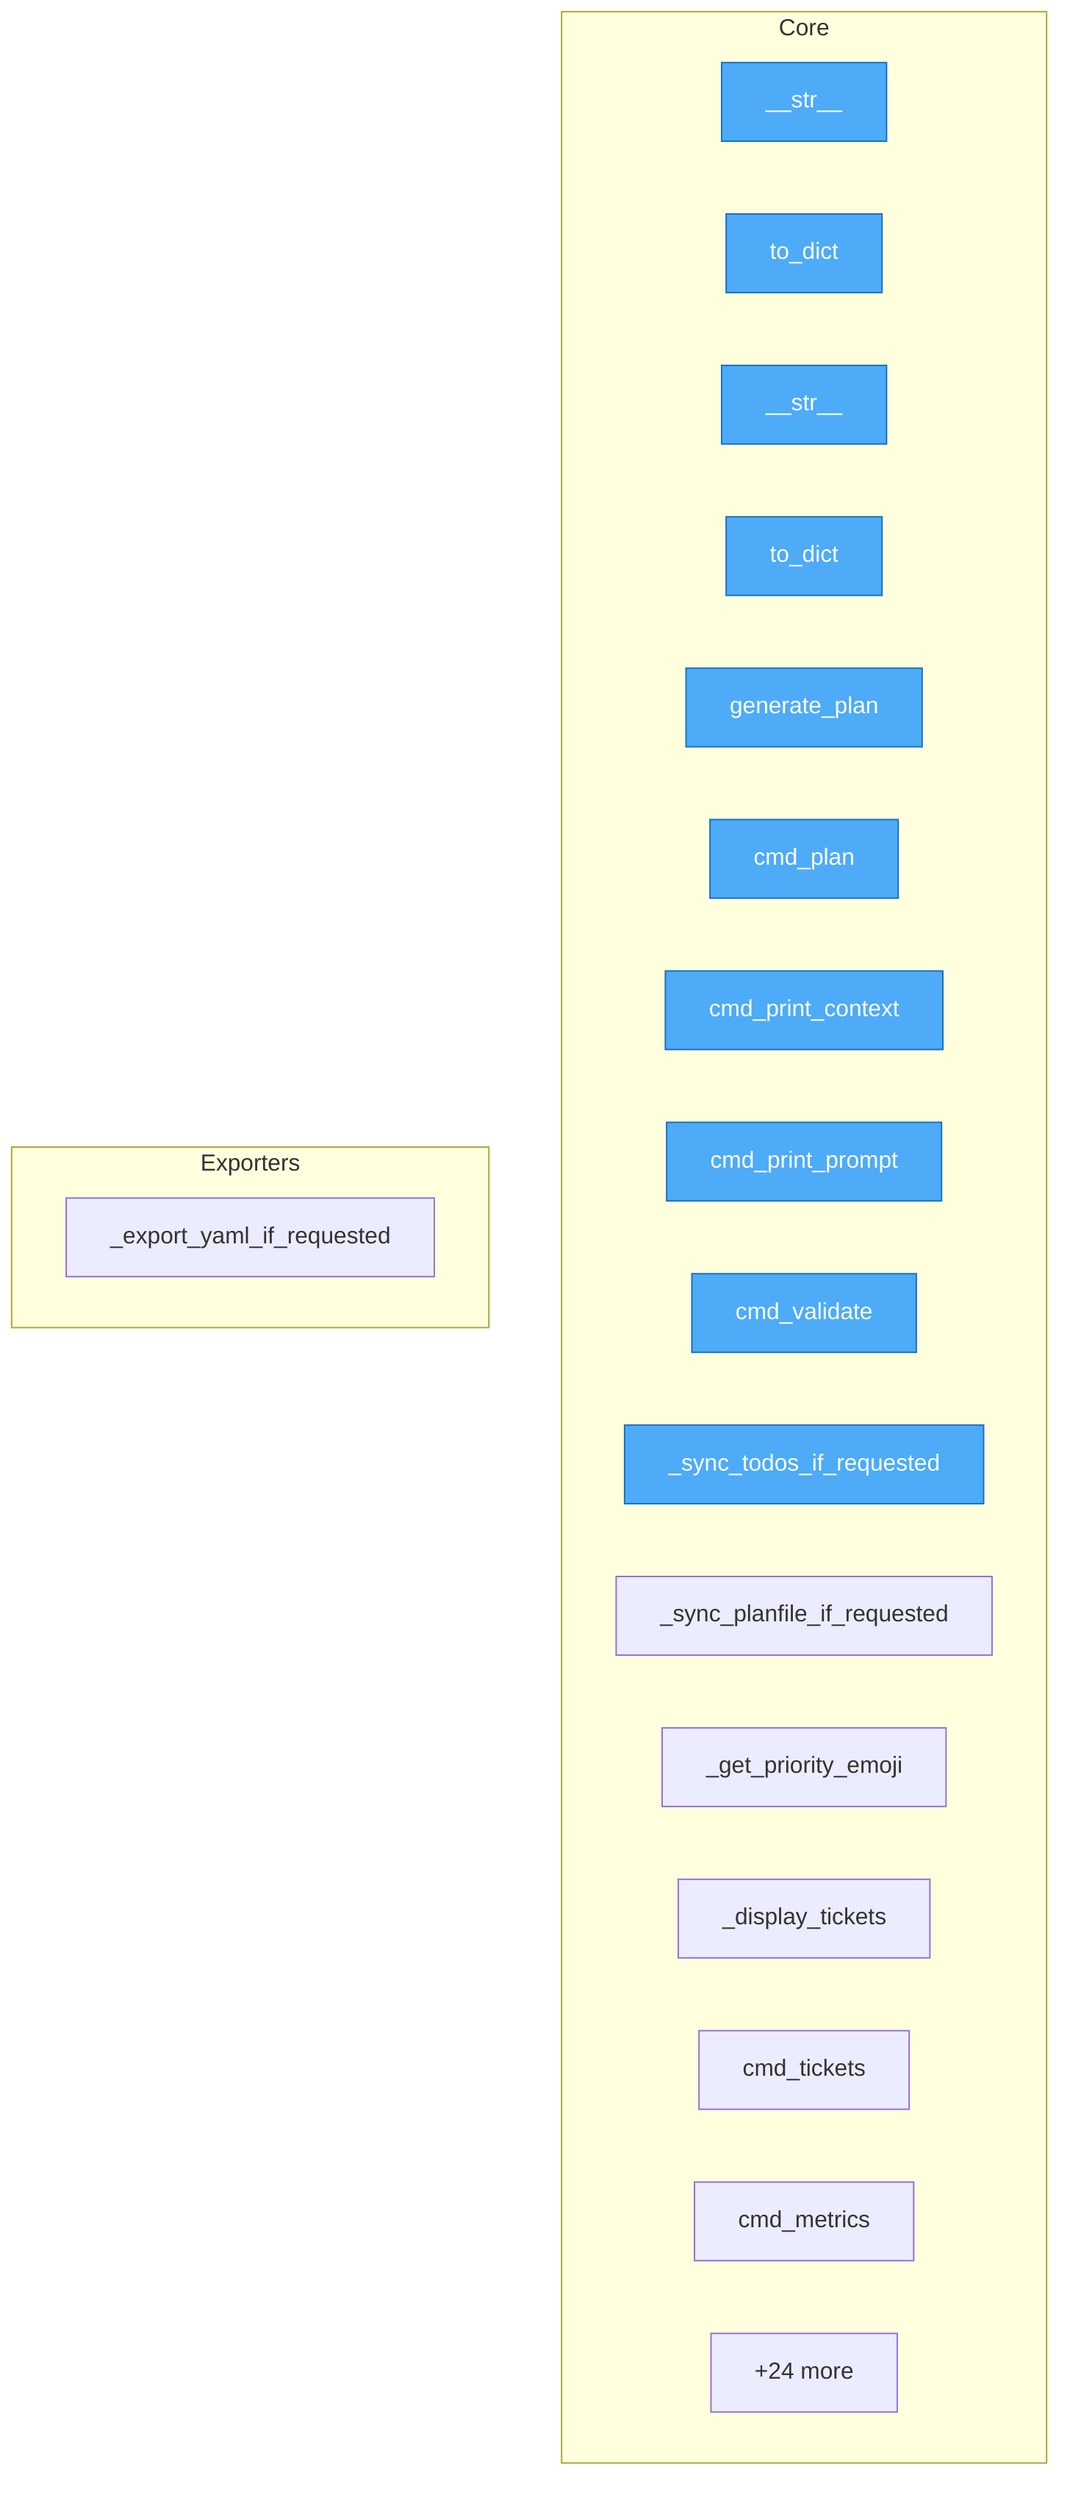
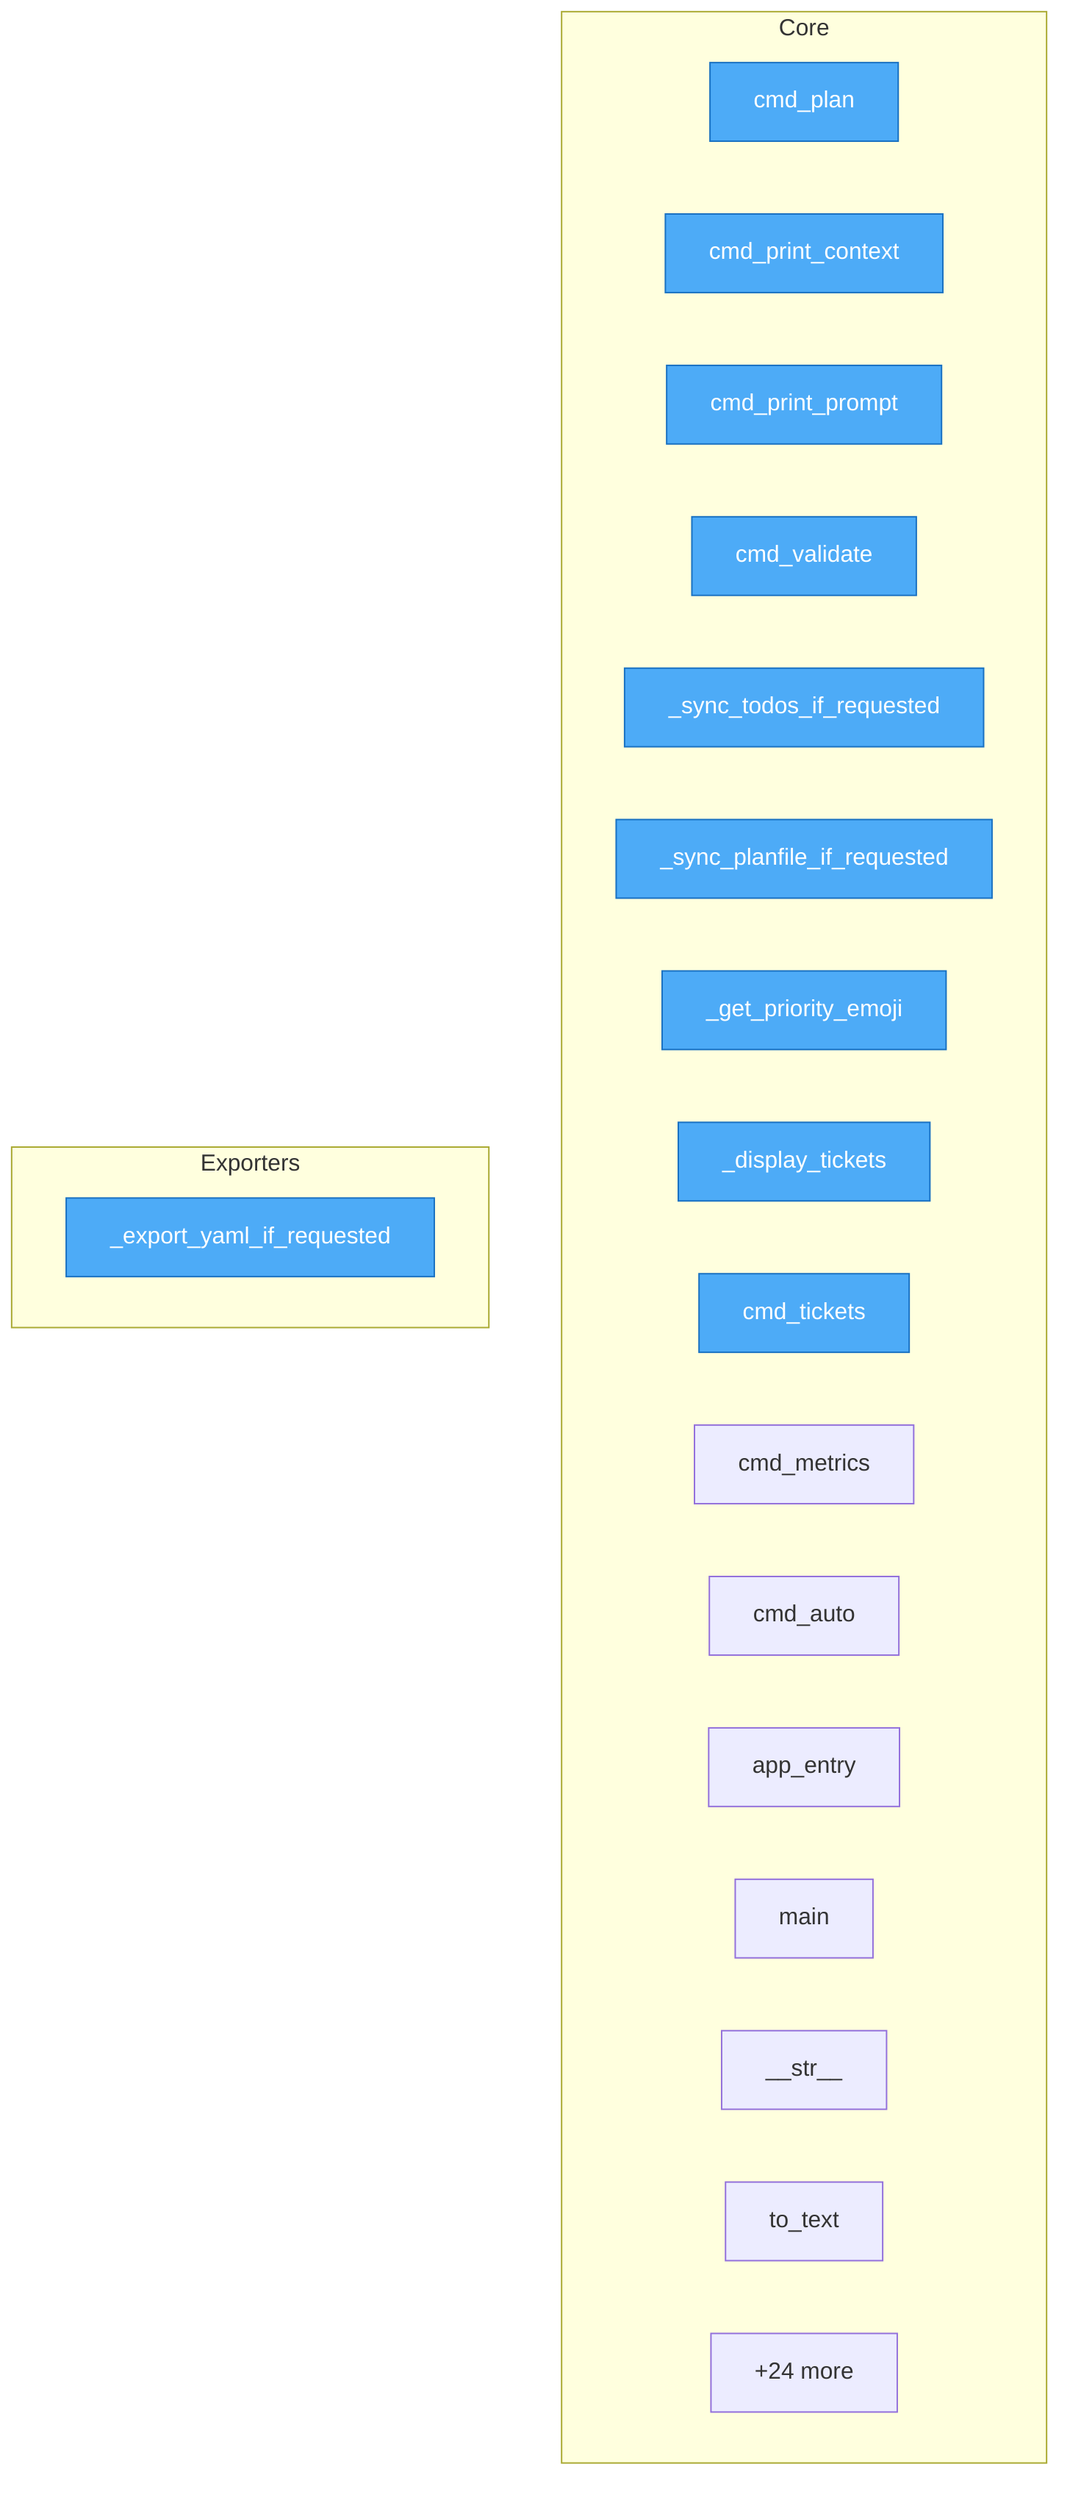
flowchart TD
%% generated in 0.00s

    %% Entry points (blue)
    classDef entry fill:#4dabf7,stroke:#1971c2,color:#fff

    subgraph Core
-         src__lane__models__Task____str__["__str__"]
-         src__lane__models__Task__to_dict["to_dict"]
-         src__lane__models__TaskPlan____str__["__str__"]
-         src__lane__models__TaskPlan__to_dict["to_dict"]
-         src__lane__providers__base__LLMProvider__generate_plan["generate_plan"]
-         src__lane__cli__cmd_plan["cmd_plan"]
-         src__lane__cli__cmd_print_context["cmd_print_context"]
-         src__lane__cli__cmd_print_prompt["cmd_print_prompt"]
-         src__lane__cli__cmd_validate["cmd_validate"]
-         src__lane__cli___sync_todos_if_requested["_sync_todos_if_requested"]
-         src__lane__cli___sync_planfile_if_requested["_sync_planfile_if_requested"]
-         src__lane__cli___get_priority_emoji["_get_priority_emoji"]
-         src__lane__cli___display_tickets["_display_tickets"]
-         src__lane__cli__cmd_tickets["cmd_tickets"]
-         src__lane__cli__cmd_metrics["cmd_metrics"]
+         src__nxdo__cli__cmd_plan["cmd_plan"]
+         src__nxdo__cli__cmd_print_context["cmd_print_context"]
+         src__nxdo__cli__cmd_print_prompt["cmd_print_prompt"]
+         src__nxdo__cli__cmd_validate["cmd_validate"]
+         src__nxdo__cli___sync_todos_if_requested["_sync_todos_if_requested"]
+         src__nxdo__cli___sync_planfile_if_requested["_sync_planfile_if_requested"]
+         src__nxdo__cli___get_priority_emoji["_get_priority_emoji"]
+         src__nxdo__cli___display_tickets["_display_tickets"]
+         src__nxdo__cli__cmd_tickets["cmd_tickets"]
+         src__nxdo__cli__cmd_metrics["cmd_metrics"]
+         src__nxdo__cli__cmd_auto["cmd_auto"]
+         src__nxdo__cli__app_entry["app_entry"]
+         src__nxdo__cli__main["main"]
+         src__nxdo__git_reader__CommitInfo____str__["__str__"]
+         src__nxdo__git_reader__GitContext__to_text["to_text"]
        ...["+24 more"]
    end

    subgraph Exporters
-         src__lane__cli___export_yaml_if_requested["_export_yaml_if_requested"]
+         src__nxdo__cli___export_yaml_if_requested["_export_yaml_if_requested"]
    end

-     class src__lane__models__Task____str__,src__lane__models__Task__to_dict,src__lane__models__TaskPlan____str__,src__lane__models__TaskPlan__to_dict,src__lane__providers__base__LLMProvider__generate_plan,src__lane__cli__cmd_plan,src__lane__cli__cmd_print_context,src__lane__cli__cmd_print_prompt,src__lane__cli__cmd_validate,src__lane__cli___sync_todos_if_requested entry
+     class src__nxdo__cli__cmd_plan,src__nxdo__cli__cmd_print_context,src__nxdo__cli__cmd_print_prompt,src__nxdo__cli__cmd_validate,src__nxdo__cli___sync_todos_if_requested,src__nxdo__cli___sync_planfile_if_requested,src__nxdo__cli___export_yaml_if_requested,src__nxdo__cli___get_priority_emoji,src__nxdo__cli___display_tickets,src__nxdo__cli__cmd_tickets entry
